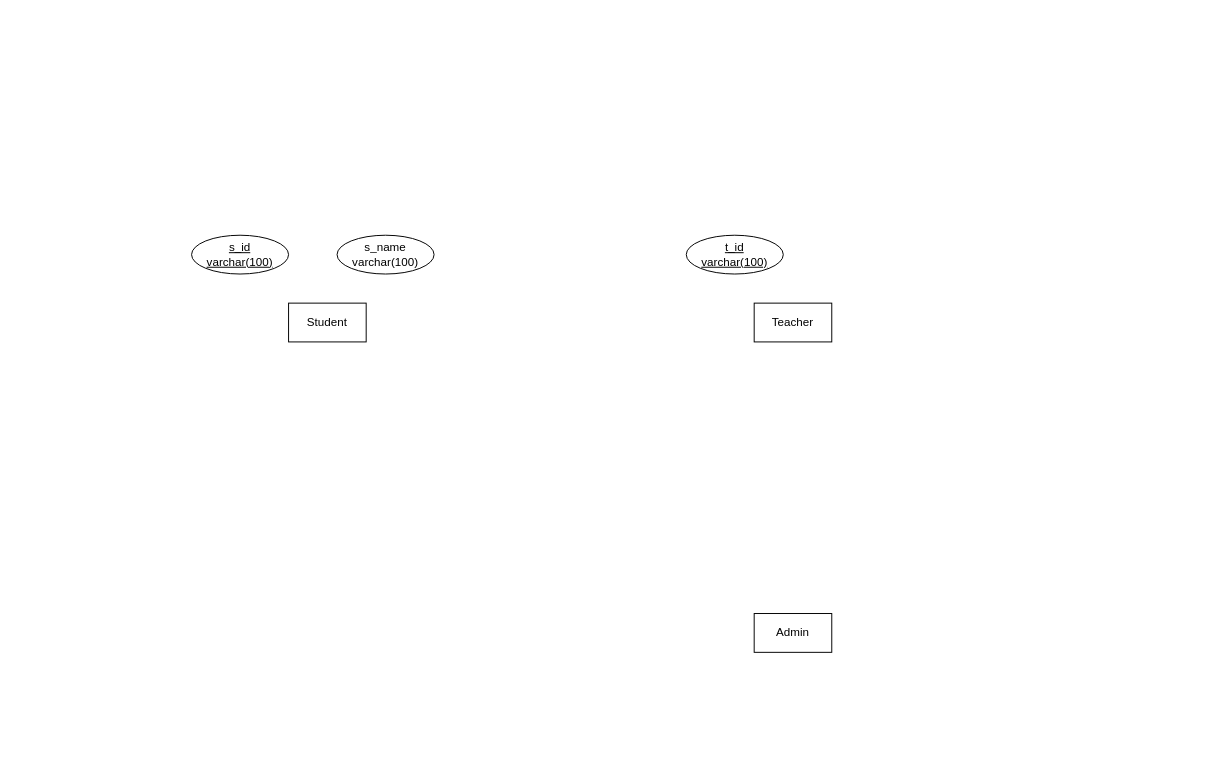
Before: ER-Diagram.drawio in Dulara-Akalanka/Group-Software-Project, a draw.io diagram. Source tidied: cells renumbered, new cells numbered last; positions are measured from the earlier drawing's top-left corner, leaving out a move shared by most shapes. Both pictures are drawn from the tidied source at 97%, with x=0, y=0 at pixel (191, 235).
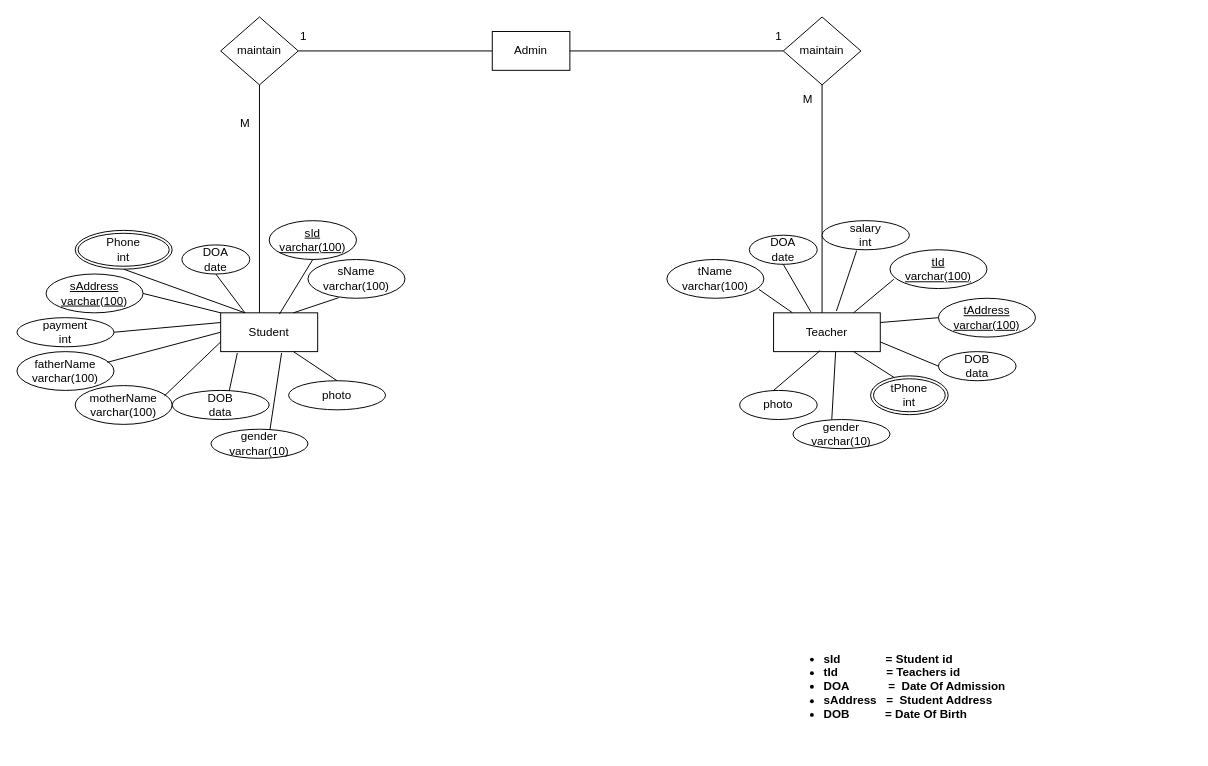
Above is the later version.

What changed in the source:
```diff
@@
     <mxCell id="2" value="Student" style="whiteSpace=wrap;html=1;align=center;" parent="1" vertex="1">
-      <mxGeometry x="100" y="70" width="80" height="40" as="geometry" />
+      <mxGeometry x="30" y="80" width="100" height="40" as="geometry" />
     </mxCell>
     <mxCell id="3" value="Teacher" style="whiteSpace=wrap;html=1;align=center;" parent="1" vertex="1">
-      <mxGeometry x="580" y="70" width="80" height="40" as="geometry" />
+      <mxGeometry x="600" y="80" width="110" height="40" as="geometry" />
     </mxCell>
-    <mxCell id="4" value="Admin" style="whiteSpace=wrap;html=1;align=center;" parent="1" vertex="1">
-      <mxGeometry x="580" y="390" width="80" height="40" as="geometry" />
-    </mxCell>
-    <mxCell id="5" value="s_id&lt;br&gt;varchar(100)" style="ellipse;whiteSpace=wrap;html=1;align=center;fontStyle=4;" parent="1" vertex="1">
-      <mxGeometry width="100" height="40" as="geometry" />
+    <mxCell id="5" value="sId&lt;br&gt;varchar(100)" style="ellipse;whiteSpace=wrap;html=1;align=center;fontStyle=4;" parent="1" vertex="1">
+      <mxGeometry x="80" y="-15" width="90" height="40" as="geometry" />
     </mxCell>
-    <mxCell id="6" value="s_name&lt;br&gt;varchar(100)" style="ellipse;whiteSpace=wrap;html=1;align=center;" parent="1" vertex="1">
-      <mxGeometry x="150" width="100" height="40" as="geometry" />
+    <mxCell id="6" value="sName&lt;br&gt;varchar(100)" style="ellipse;whiteSpace=wrap;html=1;align=center;" parent="1" vertex="1">
+      <mxGeometry x="120" y="25" width="100" height="40" as="geometry" />
     </mxCell>
-    <mxCell id="7" value="t_id&lt;br&gt;varchar(100)" style="ellipse;whiteSpace=wrap;html=1;align=center;fontStyle=4;" parent="1" vertex="1">
-      <mxGeometry x="510" width="100" height="40" as="geometry" />
+    <mxCell id="7" value="tId&lt;br&gt;varchar(100)" style="ellipse;whiteSpace=wrap;html=1;align=center;fontStyle=4;" parent="1" vertex="1">
+      <mxGeometry x="720" y="15" width="100" height="40" as="geometry" />
     </mxCell>
+    <mxCell id="8" value="tName&lt;br&gt;varchar(100)" style="ellipse;whiteSpace=wrap;html=1;align=center;" parent="1" vertex="1">
+      <mxGeometry x="490" y="25" width="100" height="40" as="geometry" />
+    </mxCell>
+    <mxCell id="9" value="sAddress&lt;br&gt;varchar(100)" style="ellipse;whiteSpace=wrap;html=1;align=center;fontStyle=4;" parent="1" vertex="1">
+      <mxGeometry x="-150" y="40" width="100" height="40" as="geometry" />
+    </mxCell>
+    <mxCell id="10" value="tAddress&lt;br&gt;varchar(100)" style="ellipse;whiteSpace=wrap;html=1;align=center;fontStyle=4;" parent="1" vertex="1">
+      <mxGeometry x="770" y="65" width="100" height="40" as="geometry" />
+    </mxCell>
+    <mxCell id="11" value="Phone&lt;br&gt;int" style="ellipse;shape=doubleEllipse;margin=3;whiteSpace=wrap;html=1;align=center;" parent="1" vertex="1">
+      <mxGeometry x="-120" y="-5" width="100" height="40" as="geometry" />
+    </mxCell>
+    <mxCell id="12" value="tPhone&lt;br&gt;int" style="ellipse;shape=doubleEllipse;margin=3;whiteSpace=wrap;html=1;align=center;" parent="1" vertex="1">
+      <mxGeometry x="700" y="145" width="80" height="40" as="geometry" />
+    </mxCell>
+    <mxCell id="13" value="motherName&lt;br&gt;varchar(100)" style="ellipse;whiteSpace=wrap;html=1;align=center;" parent="1" vertex="1">
+      <mxGeometry x="-120" y="155" width="100" height="40" as="geometry" />
+    </mxCell>
+    <mxCell id="14" value="fatherName&lt;br&gt;varchar(100)" style="ellipse;whiteSpace=wrap;html=1;align=center;" parent="1" vertex="1">
+      <mxGeometry x="-180" y="120" width="100" height="40" as="geometry" />
+    </mxCell>
+    <mxCell id="15" value="DOB&lt;br&gt;data" style="ellipse;whiteSpace=wrap;html=1;align=center;" parent="1" vertex="1">
+      <mxGeometry x="-20" y="160" width="100" height="30" as="geometry" />
+    </mxCell>
+    <mxCell id="16" value="gender&lt;br&gt;varchar(10)" style="ellipse;whiteSpace=wrap;html=1;align=center;" parent="1" vertex="1">
+      <mxGeometry x="20" y="200" width="100" height="30" as="geometry" />
+    </mxCell>
+    <mxCell id="17" value="photo" style="ellipse;whiteSpace=wrap;html=1;align=center;" parent="1" vertex="1">
+      <mxGeometry x="100" y="150" width="100" height="30" as="geometry" />
+    </mxCell>
+    <mxCell id="18" value="photo" style="ellipse;whiteSpace=wrap;html=1;align=center;" parent="1" vertex="1">
+      <mxGeometry x="565" y="160" width="80" height="30" as="geometry" />
+    </mxCell>
+    <mxCell id="19" style="endArrow=none;html=1;rounded=0;entryX=0.316;entryY=0.985;entryDx=0;entryDy=0;entryPerimeter=0;exitX=0.75;exitY=0;exitDx=0;exitDy=0;" parent="1" edge="1" source="2" target="6">
+      <mxGeometry relative="1" as="geometry" />
+    </mxCell>
+    <mxCell id="20" style="endArrow=none;html=1;rounded=0;entryX=0.5;entryY=1;entryDx=0;entryDy=0;exitX=0.605;exitY=0.035;exitDx=0;exitDy=0;exitPerimeter=0;" parent="1" edge="1" source="2" target="5">
+      <mxGeometry relative="1" as="geometry" />
+    </mxCell>
+    <mxCell id="21" style="endArrow=none;html=1;rounded=0;exitX=0.5;exitY=0;exitDx=0;exitDy=0;entryX=0.75;entryY=1;entryDx=0;entryDy=0;" parent="1" edge="1" source="17" target="2">
+      <mxGeometry relative="1" as="geometry" />
+    </mxCell>
+    <mxCell id="22" style="endArrow=none;html=1;rounded=0;entryX=0.628;entryY=1.035;entryDx=0;entryDy=0;entryPerimeter=0;exitX=0.608;exitY=0.02;exitDx=0;exitDy=0;exitPerimeter=0;" parent="1" edge="1" source="16" target="2">
+      <mxGeometry relative="1" as="geometry" />
+    </mxCell>
+    <mxCell id="23" style="endArrow=none;html=1;rounded=0;entryX=0.172;entryY=1.035;entryDx=0;entryDy=0;entryPerimeter=0;exitX=0.588;exitY=0.02;exitDx=0;exitDy=0;exitPerimeter=0;" parent="1" edge="1" source="15" target="2">
+      <mxGeometry relative="1" as="geometry" />
+    </mxCell>
+    <mxCell id="24" style="endArrow=none;html=1;rounded=0;exitX=0.92;exitY=0.265;exitDx=0;exitDy=0;exitPerimeter=0;entryX=0;entryY=0.75;entryDx=0;entryDy=0;" parent="1" edge="1" source="13" target="2">
+      <mxGeometry relative="1" as="geometry" />
+    </mxCell>
+    <mxCell id="25" style="endArrow=none;html=1;rounded=0;exitX=0.932;exitY=0.275;exitDx=0;exitDy=0;exitPerimeter=0;entryX=0;entryY=0.5;entryDx=0;entryDy=0;" parent="1" edge="1" source="14" target="2">
+      <mxGeometry relative="1" as="geometry" />
+    </mxCell>
+    <mxCell id="26" style="endArrow=none;html=1;rounded=0;entryX=0;entryY=0;entryDx=0;entryDy=0;exitX=1;exitY=0.5;exitDx=0;exitDy=0;" parent="1" edge="1" source="9" target="2">
+      <mxGeometry relative="1" as="geometry" />
+    </mxCell>
+    <mxCell id="27" style="endArrow=none;html=1;rounded=0;exitX=0.25;exitY=0;exitDx=0;exitDy=0;entryX=0.5;entryY=1;entryDx=0;entryDy=0;" parent="1" edge="1" source="2" target="11">
+      <mxGeometry relative="1" as="geometry" />
+    </mxCell>
+    <mxCell id="28" value="DOB&lt;br&gt;data" style="ellipse;whiteSpace=wrap;html=1;align=center;" parent="1" vertex="1">
+      <mxGeometry x="770" y="120" width="80" height="30" as="geometry" />
+    </mxCell>
+    <mxCell id="29" value="gender&lt;br&gt;varchar(10)" style="ellipse;whiteSpace=wrap;html=1;align=center;" parent="1" vertex="1">
+      <mxGeometry x="620" y="190" width="100" height="30" as="geometry" />
+    </mxCell>
+    <mxCell id="4" value="Admin" style="whiteSpace=wrap;html=1;align=center;" parent="1" vertex="1">
+      <mxGeometry x="310" y="-210" width="80" height="40" as="geometry" />
+    </mxCell>
+    <mxCell id="30" style="endArrow=none;html=1;rounded=0;startArrow=none;" parent="1" edge="1" source="35">
+      <mxGeometry relative="1" as="geometry">
+        <mxPoint x="310" y="-190" as="targetPoint" />
+      </mxGeometry>
+    </mxCell>
+    <mxCell id="31" style="endArrow=none;html=1;rounded=0;" parent="1" edge="1" target="35">
+      <mxGeometry relative="1" as="geometry">
+        <mxPoint x="70" y="80" as="sourcePoint" />
+      </mxGeometry>
+    </mxCell>
+    <mxCell id="32" value="1" style="text;html=1;align=center;verticalAlign=middle;strokeColor=none;fillColor=none;" parent="1" vertex="1">
+      <mxGeometry x="100" y="-220" width="30" height="30" as="geometry" />
+    </mxCell>
+    <mxCell id="33" value="M" style="text;html=1;align=center;verticalAlign=middle;strokeColor=none;fillColor=none;" parent="1" vertex="1">
+      <mxGeometry x="40" y="-130" width="30" height="30" as="geometry" />
+    </mxCell>
+    <mxCell id="34" style="endArrow=none;html=1;rounded=0;" parent="1" edge="1" target="35">
+      <mxGeometry relative="1" as="geometry">
+        <mxPoint x="70" y="-190" as="sourcePoint" />
+      </mxGeometry>
+    </mxCell>
+    <mxCell id="35" value="maintain" style="rhombus;whiteSpace=wrap;html=1;" parent="1" vertex="1">
+      <mxGeometry x="30" y="-225" width="80" height="70" as="geometry" />
+    </mxCell>
+    <mxCell id="36" style="endArrow=none;html=1;rounded=0;exitX=1;exitY=0.5;exitDx=0;exitDy=0;startArrow=none;" parent="1" edge="1" source="39">
+      <mxGeometry relative="1" as="geometry">
+        <mxPoint x="640" y="-190" as="targetPoint" />
+      </mxGeometry>
+    </mxCell>
+    <mxCell id="37" style="endArrow=none;html=1;rounded=0;" parent="1" edge="1">
+      <mxGeometry relative="1" as="geometry">
+        <mxPoint x="650" y="80" as="sourcePoint" />
+        <mxPoint x="650" y="-190" as="targetPoint" />
+      </mxGeometry>
+    </mxCell>
+    <mxCell id="38" style="endArrow=none;html=1;rounded=0;exitX=1;exitY=0.5;exitDx=0;exitDy=0;" parent="1" edge="1" source="4" target="39">
+      <mxGeometry relative="1" as="geometry" />
+    </mxCell>
+    <mxCell id="39" value="maintain" style="rhombus;whiteSpace=wrap;html=1;" parent="1" vertex="1">
+      <mxGeometry x="610" y="-225" width="80" height="70" as="geometry" />
+    </mxCell>
+    <mxCell id="40" value="1" style="text;html=1;align=center;verticalAlign=middle;strokeColor=none;fillColor=none;" parent="1" vertex="1">
+      <mxGeometry x="590" y="-220" width="30" height="30" as="geometry" />
+    </mxCell>
+    <mxCell id="41" value="M" style="text;html=1;align=center;verticalAlign=middle;strokeColor=none;fillColor=none;" parent="1" vertex="1">
+      <mxGeometry x="620" y="-155" width="30" height="30" as="geometry" />
+    </mxCell>
+    <mxCell id="42" value="DOA&lt;br&gt;date" style="ellipse;whiteSpace=wrap;html=1;" parent="1" vertex="1">
+      <mxGeometry x="-10" y="10" width="70" height="30" as="geometry" />
+    </mxCell>
+    <mxCell id="43" value="DOA&lt;br&gt;date" style="ellipse;whiteSpace=wrap;html=1;direction=south;" parent="1" vertex="1">
+      <mxGeometry x="575" width="70" height="30" as="geometry" />
+    </mxCell>
+    <mxCell id="44" value="salary&lt;br&gt;int" style="ellipse;whiteSpace=wrap;html=1;" parent="1" vertex="1">
+      <mxGeometry x="650" y="-15" width="90" height="30" as="geometry" />
+    </mxCell>
+    <mxCell id="45" value="payment&lt;br&gt;int" style="ellipse;whiteSpace=wrap;html=1;" parent="1" vertex="1">
+      <mxGeometry x="-180" y="85" width="100" height="30" as="geometry" />
+    </mxCell>
+    <mxCell id="46" style="endArrow=none;html=1;rounded=0;entryX=0;entryY=0.25;entryDx=0;entryDy=0;" parent="1" edge="1" target="2">
+      <mxGeometry relative="1" as="geometry">
+        <mxPoint x="-80" y="100" as="sourcePoint" />
+      </mxGeometry>
+    </mxCell>
+    <mxCell id="47" style="endArrow=none;html=1;rounded=0;exitX=0.25;exitY=0;exitDx=0;exitDy=0;entryX=0.5;entryY=1;entryDx=0;entryDy=0;" parent="1" edge="1" source="2" target="42">
+      <mxGeometry relative="1" as="geometry" />
+    </mxCell>
+    <mxCell id="48" style="endArrow=none;html=1;rounded=0;exitX=0.349;exitY=-0.025;exitDx=0;exitDy=0;exitPerimeter=0;entryX=1;entryY=0.5;entryDx=0;entryDy=0;" parent="1" edge="1" source="3" target="43">
+      <mxGeometry relative="1" as="geometry" />
+    </mxCell>
+    <mxCell id="49" style="endArrow=none;html=1;rounded=0;exitX=0.175;exitY=-0.005;exitDx=0;exitDy=0;entryX=0.948;entryY=0.77;entryDx=0;entryDy=0;entryPerimeter=0;exitPerimeter=0;" parent="1" edge="1" source="3" target="8">
+      <mxGeometry relative="1" as="geometry" />
+    </mxCell>
+    <mxCell id="50" style="endArrow=none;html=1;rounded=0;entryX=0.436;entryY=0.975;entryDx=0;entryDy=0;entryPerimeter=0;" parent="1" edge="1" target="3">
+      <mxGeometry relative="1" as="geometry">
+        <mxPoint x="600" y="160" as="sourcePoint" />
+      </mxGeometry>
+    </mxCell>
+    <mxCell id="51" style="endArrow=none;html=1;rounded=0;exitX=0.4;exitY=0;exitDx=0;exitDy=0;exitPerimeter=0;" parent="1" edge="1" source="29">
+      <mxGeometry relative="1" as="geometry">
+        <mxPoint x="664" y="120" as="targetPoint" />
+      </mxGeometry>
+    </mxCell>
+    <mxCell id="52" style="endArrow=none;html=1;rounded=0;exitX=0.31;exitY=0.05;exitDx=0;exitDy=0;exitPerimeter=0;entryX=0.75;entryY=1;entryDx=0;entryDy=0;" parent="1" edge="1" source="12" target="3">
+      <mxGeometry relative="1" as="geometry" />
+    </mxCell>
+    <mxCell id="53" style="endArrow=none;html=1;rounded=0;exitX=0;exitY=0.5;exitDx=0;exitDy=0;entryX=1;entryY=0.75;entryDx=0;entryDy=0;" parent="1" edge="1" source="28" target="3">
+      <mxGeometry relative="1" as="geometry" />
+    </mxCell>
+    <mxCell id="54" style="endArrow=none;html=1;rounded=0;exitX=0.589;exitY=-0.045;exitDx=0;exitDy=0;exitPerimeter=0;entryX=0.396;entryY=1.027;entryDx=0;entryDy=0;entryPerimeter=0;" parent="1" edge="1" source="3" target="44">
+      <mxGeometry relative="1" as="geometry" />
+    </mxCell>
+    <mxCell id="55" style="endArrow=none;html=1;rounded=0;entryX=0.04;entryY=0.76;entryDx=0;entryDy=0;exitX=0.75;exitY=0;exitDx=0;exitDy=0;entryPerimeter=0;" parent="1" edge="1" source="3" target="7">
+      <mxGeometry relative="1" as="geometry" />
+    </mxCell>
+    <mxCell id="56" style="endArrow=none;html=1;rounded=0;entryX=0;entryY=0.5;entryDx=0;entryDy=0;exitX=1;exitY=0.25;exitDx=0;exitDy=0;" parent="1" edge="1" source="3" target="10">
+      <mxGeometry relative="1" as="geometry" />
+    </mxCell>
+    <mxCell id="57" value="&lt;blockquote style=&quot;margin: 0 0 0 40px; border: none; padding: 0px;&quot;&gt;&lt;div style=&quot;&quot;&gt;&lt;div style=&quot;&quot;&gt;&lt;ul&gt;&lt;li&gt;&lt;b&gt;&lt;span style=&quot;background-color: initial;&quot;&gt;sId&amp;nbsp; &amp;nbsp; &amp;nbsp; &amp;nbsp; &amp;nbsp; &amp;nbsp; &amp;nbsp; =&amp;nbsp;&lt;/span&gt;&lt;span style=&quot;background-color: initial;&quot;&gt;Student id&lt;/span&gt;&lt;/b&gt;&lt;/li&gt;&lt;li&gt;&lt;span style=&quot;background-color: initial;&quot;&gt;&lt;b&gt;tId&amp;nbsp; &amp;nbsp; &amp;nbsp; &amp;nbsp; &amp;nbsp; &amp;nbsp; &amp;nbsp; &amp;nbsp;= Teachers id&amp;nbsp; &amp;nbsp; &amp;nbsp; &amp;nbsp; &amp;nbsp; &amp;nbsp; &amp;nbsp;&amp;nbsp;&lt;/b&gt;&lt;/span&gt;&lt;/li&gt;&lt;li&gt;&lt;span style=&quot;background-color: initial;&quot;&gt;&lt;b&gt;DOA&amp;nbsp; &amp;nbsp; &amp;nbsp; &amp;nbsp; &amp;nbsp; &amp;nbsp; =&amp;nbsp; Date Of Admission&lt;/b&gt;&lt;/span&gt;&lt;/li&gt;&lt;li&gt;&lt;span style=&quot;background-color: initial;&quot;&gt;&lt;b&gt;sAddress&amp;nbsp; &amp;nbsp;=&amp;nbsp; Student Address&lt;/b&gt;&lt;/span&gt;&lt;/li&gt;&lt;li&gt;&lt;span style=&quot;background-color: initial;&quot;&gt;&lt;b&gt;DOB&amp;nbsp; &amp;nbsp; &amp;nbsp; &amp;nbsp; &amp;nbsp; &amp;nbsp;= Date Of Birth&lt;/b&gt;&lt;/span&gt;&lt;/li&gt;&lt;/ul&gt;&lt;/div&gt;&lt;/div&gt;&lt;/blockquote&gt;" style="text;html=1;strokeColor=none;fillColor=none;align=left;verticalAlign=middle;whiteSpace=wrap;rounded=0;" parent="1" vertex="1">
+      <mxGeometry x="570" y="400" width="460" height="130" as="geometry" />
+    </mxCell>
```
